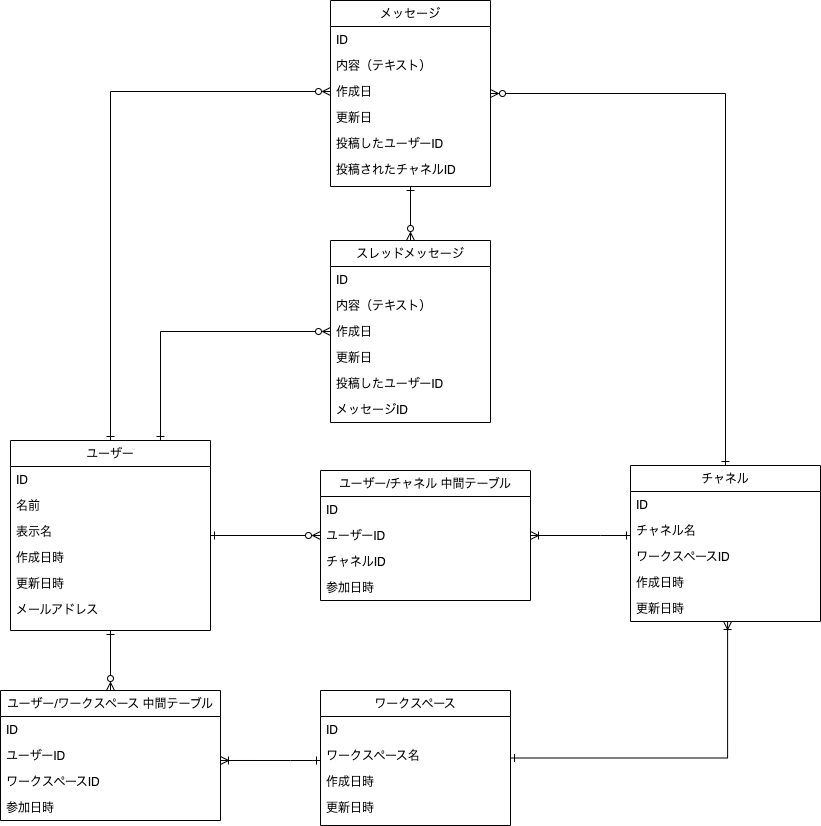
Before: db/db-modeling-2/DB2 Diagram.drawio.png, a diagram exported from draw.io (yuikoito/PrAhaChallenge). Source tidied: cells renumbered, new cells last; positions are measured from the earlier drawing's top-left corner, leaving out a move shared by most shapes. Its diagram source:
```xml
<mxGraphModel>
  <root>
    <mxCell id="0" />
    <mxCell id="1" parent="0" />
    <mxCell id="2" style="edgeStyle=orthogonalEdgeStyle;rounded=0;jettySize=auto;html=1;entryX=0;entryY=0.5;entryDx=0;entryDy=0;startArrow=ERone;startFill=0;endArrow=ERzeroToMany;endFill=0;" parent="1" edge="1" source="6" target="38">
      <mxGeometry relative="1" as="geometry" />
    </mxCell>
    <mxCell id="3" style="edgeStyle=orthogonalEdgeStyle;rounded=0;jettySize=auto;html=1;entryX=0.5;entryY=0;entryDx=0;entryDy=0;startArrow=ERone;startFill=0;endArrow=ERzeroToMany;endFill=0;" parent="1" edge="1" source="6" target="48">
      <mxGeometry relative="1" as="geometry" />
    </mxCell>
    <mxCell id="4" style="edgeStyle=orthogonalEdgeStyle;rounded=0;jettySize=auto;html=1;entryX=0;entryY=0.5;entryDx=0;entryDy=0;startArrow=ERone;startFill=0;endArrow=ERzeroToMany;endFill=0;" parent="1" edge="1" source="6" target="18">
      <mxGeometry relative="1" as="geometry" />
    </mxCell>
    <mxCell id="5" style="edgeStyle=orthogonalEdgeStyle;rounded=0;jettySize=auto;html=1;exitX=0.75;exitY=0;exitDx=0;exitDy=0;entryX=0;entryY=0.5;entryDx=0;entryDy=0;startArrow=ERone;startFill=0;endArrow=ERzeroToMany;endFill=0;" parent="1" edge="1" source="6" target="25">
      <mxGeometry relative="1" as="geometry" />
    </mxCell>
    <mxCell id="6" value="ユーザー" style="swimlane;fontStyle=0;align=center;verticalAlign=top;horizontal=1;startSize=26;rounded=0;shadow=0;strokeWidth=1;" parent="1" vertex="1">
      <mxGeometry x="10" y="440" width="200" height="190" as="geometry" />
    </mxCell>
    <mxCell id="7" value="ID" style="text;align=left;verticalAlign=top;spacingLeft=4;spacingRight=4;overflow=hidden;" parent="6" vertex="1">
      <mxGeometry y="26" width="200" height="26" as="geometry" />
    </mxCell>
    <mxCell id="8" value="名前" style="text;align=left;verticalAlign=top;spacingLeft=4;spacingRight=4;overflow=hidden;rounded=0;shadow=0;html=0;" parent="6" vertex="1">
      <mxGeometry y="52" width="200" height="26" as="geometry" />
    </mxCell>
    <mxCell id="9" value="表示名" style="text;align=left;verticalAlign=top;spacingLeft=4;spacingRight=4;overflow=hidden;rounded=0;shadow=0;html=0;" parent="6" vertex="1">
      <mxGeometry y="78" width="200" height="26" as="geometry" />
    </mxCell>
    <mxCell id="10" value="作成日時&#10;" style="text;align=left;verticalAlign=top;spacingLeft=4;spacingRight=4;overflow=hidden;" parent="6" vertex="1">
      <mxGeometry y="104" width="200" height="26" as="geometry" />
    </mxCell>
    <mxCell id="11" value="更新日時&#10;" style="text;align=left;verticalAlign=top;spacingLeft=4;spacingRight=4;overflow=hidden;" parent="6" vertex="1">
      <mxGeometry y="130" width="200" height="26" as="geometry" />
    </mxCell>
    <mxCell id="12" value="メールアドレス" style="text;align=left;verticalAlign=top;spacingLeft=4;spacingRight=4;overflow=hidden;" parent="6" vertex="1">
      <mxGeometry y="156" width="200" height="26" as="geometry" />
    </mxCell>
    <mxCell id="13" style="edgeStyle=orthogonalEdgeStyle;rounded=0;jettySize=auto;html=1;entryX=0.5;entryY=0;entryDx=0;entryDy=0;startArrow=ERone;startFill=0;endArrow=ERzeroToMany;endFill=0;" parent="1" edge="1" source="15" target="22">
      <mxGeometry relative="1" as="geometry" />
    </mxCell>
    <mxCell id="14" style="edgeStyle=orthogonalEdgeStyle;rounded=0;jettySize=auto;html=1;startArrow=ERzeroToMany;startFill=0;endArrow=ERone;endFill=0;" parent="1" edge="1" source="15" target="30">
      <mxGeometry relative="1" as="geometry" />
    </mxCell>
    <mxCell id="15" value="メッセージ" style="swimlane;fontStyle=0;align=center;verticalAlign=top;horizontal=1;startSize=26;rounded=0;shadow=0;strokeWidth=1;" parent="1" vertex="1">
      <mxGeometry x="330" width="160" height="186" as="geometry" />
    </mxCell>
    <mxCell id="16" value="ID" style="text;align=left;verticalAlign=top;spacingLeft=4;spacingRight=4;overflow=hidden;" parent="15" vertex="1">
      <mxGeometry y="26" width="160" height="26" as="geometry" />
    </mxCell>
    <mxCell id="17" value="内容（テキスト）" style="text;align=left;verticalAlign=top;spacingLeft=4;spacingRight=4;overflow=hidden;" parent="15" vertex="1">
      <mxGeometry y="52" width="160" height="26" as="geometry" />
    </mxCell>
    <mxCell id="18" value="作成日" style="text;align=left;verticalAlign=top;spacingLeft=4;spacingRight=4;overflow=hidden;points=[[0,0.5],[1,0.5]];portConstraint=eastwest;rounded=0;shadow=0;html=0;" parent="15" vertex="1">
      <mxGeometry y="78" width="160" height="26" as="geometry" />
    </mxCell>
    <mxCell id="19" value="更新日&#10;" style="text;align=left;verticalAlign=top;spacingLeft=4;spacingRight=4;overflow=hidden;rounded=0;shadow=0;html=0;" parent="15" vertex="1">
      <mxGeometry y="104" width="160" height="26" as="geometry" />
    </mxCell>
    <mxCell id="20" value="投稿したユーザーID" style="text;align=left;verticalAlign=top;spacingLeft=4;spacingRight=4;overflow=hidden;" parent="15" vertex="1">
      <mxGeometry y="130" width="160" height="26" as="geometry" />
    </mxCell>
    <mxCell id="21" value="投稿されたチャネルID" style="text;align=left;verticalAlign=top;spacingLeft=4;spacingRight=4;overflow=hidden;" parent="15" vertex="1">
      <mxGeometry y="156" width="160" height="30" as="geometry" />
    </mxCell>
    <mxCell id="22" value="スレッドメッセージ" style="swimlane;fontStyle=0;align=center;verticalAlign=top;horizontal=1;startSize=26;rounded=0;shadow=0;strokeWidth=1;" parent="1" vertex="1">
      <mxGeometry x="330" y="240" width="160" height="182" as="geometry" />
    </mxCell>
    <mxCell id="23" value="ID" style="text;align=left;verticalAlign=top;spacingLeft=4;spacingRight=4;overflow=hidden;" parent="22" vertex="1">
      <mxGeometry y="26" width="160" height="26" as="geometry" />
    </mxCell>
    <mxCell id="24" value="内容（テキスト）" style="text;align=left;verticalAlign=top;spacingLeft=4;spacingRight=4;overflow=hidden;" parent="22" vertex="1">
      <mxGeometry y="52" width="160" height="26" as="geometry" />
    </mxCell>
    <mxCell id="25" value="作成日" style="text;align=left;verticalAlign=top;spacingLeft=4;spacingRight=4;overflow=hidden;points=[[0,0.5],[1,0.5]];portConstraint=eastwest;rounded=0;shadow=0;html=0;" parent="22" vertex="1">
      <mxGeometry y="78" width="160" height="26" as="geometry" />
    </mxCell>
    <mxCell id="26" value="更新日&#10;" style="text;align=left;verticalAlign=top;spacingLeft=4;spacingRight=4;overflow=hidden;rounded=0;shadow=0;html=0;" parent="22" vertex="1">
      <mxGeometry y="104" width="160" height="26" as="geometry" />
    </mxCell>
    <mxCell id="27" value="投稿したユーザーID" style="text;align=left;verticalAlign=top;spacingLeft=4;spacingRight=4;overflow=hidden;" parent="22" vertex="1">
      <mxGeometry y="130" width="160" height="26" as="geometry" />
    </mxCell>
    <mxCell id="28" value="メッセージID" style="text;align=left;verticalAlign=top;spacingLeft=4;spacingRight=4;overflow=hidden;" parent="22" vertex="1">
      <mxGeometry y="156" width="160" height="26" as="geometry" />
    </mxCell>
    <mxCell id="29" style="edgeStyle=orthogonalEdgeStyle;rounded=0;jettySize=auto;html=1;entryX=1;entryY=0.5;entryDx=0;entryDy=0;startArrow=ERone;startFill=0;endArrow=ERoneToMany;endFill=0;" parent="1" edge="1" source="30" target="38">
      <mxGeometry relative="1" as="geometry">
        <Array as="points">
          <mxPoint x="600" y="535" />
          <mxPoint x="600" y="535" />
        </Array>
      </mxGeometry>
    </mxCell>
    <mxCell id="30" value="チャネル" style="swimlane;fontStyle=0;align=center;verticalAlign=top;horizontal=1;startSize=26;rounded=0;shadow=0;strokeWidth=1;" parent="1" vertex="1">
      <mxGeometry x="630" y="465" width="190" height="156" as="geometry" />
    </mxCell>
    <mxCell id="31" value="ID" style="text;align=left;verticalAlign=top;spacingLeft=4;spacingRight=4;overflow=hidden;" parent="30" vertex="1">
      <mxGeometry y="26" width="190" height="26" as="geometry" />
    </mxCell>
    <mxCell id="32" value="チャネル名" style="text;align=left;verticalAlign=top;spacingLeft=4;spacingRight=4;overflow=hidden;rounded=0;shadow=0;html=0;" parent="30" vertex="1">
      <mxGeometry y="52" width="190" height="26" as="geometry" />
    </mxCell>
    <mxCell id="33" value="ワークスペースID" style="text;align=left;verticalAlign=top;spacingLeft=4;spacingRight=4;overflow=hidden;rounded=0;shadow=0;html=0;" parent="30" vertex="1">
      <mxGeometry y="78" width="190" height="26" as="geometry" />
    </mxCell>
    <mxCell id="34" value="作成日時&#10;" style="text;align=left;verticalAlign=top;spacingLeft=4;spacingRight=4;overflow=hidden;" parent="30" vertex="1">
      <mxGeometry y="104" width="190" height="26" as="geometry" />
    </mxCell>
    <mxCell id="35" value="更新日時&#10;" style="text;align=left;verticalAlign=top;spacingLeft=4;spacingRight=4;overflow=hidden;points=[[0,0.5],[1,0.5]];portConstraint=eastwest;" parent="30" vertex="1">
      <mxGeometry y="130" width="190" height="26" as="geometry" />
    </mxCell>
    <mxCell id="36" value="ユーザー/チャネル 中間テーブル" style="swimlane;fontStyle=0;align=center;verticalAlign=top;horizontal=1;startSize=26;rounded=0;shadow=0;strokeWidth=1;" parent="1" vertex="1">
      <mxGeometry x="320" y="470" width="210" height="130" as="geometry" />
    </mxCell>
    <mxCell id="37" value="ID" style="text;align=left;verticalAlign=top;spacingLeft=4;spacingRight=4;overflow=hidden;" parent="36" vertex="1">
      <mxGeometry y="26" width="210" height="26" as="geometry" />
    </mxCell>
    <mxCell id="38" value="ユーザーID" style="text;align=left;verticalAlign=top;spacingLeft=4;spacingRight=4;overflow=hidden;points=[[0,0.5],[1,0.5]];portConstraint=eastwest;rounded=0;shadow=0;html=0;" parent="36" vertex="1">
      <mxGeometry y="52" width="210" height="26" as="geometry" />
    </mxCell>
    <mxCell id="39" value="チャネルID" style="text;align=left;verticalAlign=top;spacingLeft=4;spacingRight=4;overflow=hidden;rounded=0;shadow=0;html=0;" parent="36" vertex="1">
      <mxGeometry y="78" width="210" height="26" as="geometry" />
    </mxCell>
    <mxCell id="40" value="参加日時" style="text;align=left;verticalAlign=top;spacingLeft=4;spacingRight=4;overflow=hidden;" parent="36" vertex="1">
      <mxGeometry y="104" width="210" height="26" as="geometry" />
    </mxCell>
    <mxCell id="41" style="edgeStyle=orthogonalEdgeStyle;rounded=0;jettySize=auto;html=1;entryX=1;entryY=-0.308;entryDx=0;entryDy=0;entryPerimeter=0;startArrow=ERone;startFill=0;endArrow=ERoneToMany;endFill=0;" parent="1" edge="1" source="43" target="51">
      <mxGeometry relative="1" as="geometry">
        <Array as="points">
          <mxPoint x="290" y="760" />
          <mxPoint x="290" y="760" />
        </Array>
      </mxGeometry>
    </mxCell>
    <mxCell id="42" style="edgeStyle=orthogonalEdgeStyle;rounded=0;jettySize=auto;html=1;entryX=0.511;entryY=1;entryDx=0;entryDy=0;entryPerimeter=0;startArrow=ERone;startFill=0;endArrow=ERoneToMany;endFill=0;" parent="1" edge="1" source="43" target="35">
      <mxGeometry relative="1" as="geometry">
        <Array as="points">
          <mxPoint x="727" y="758" />
        </Array>
      </mxGeometry>
    </mxCell>
    <mxCell id="43" value="ワークスペース" style="swimlane;fontStyle=0;align=center;verticalAlign=top;horizontal=1;startSize=26;rounded=0;shadow=0;strokeWidth=1;" parent="1" vertex="1">
      <mxGeometry x="320" y="690" width="190" height="135" as="geometry" />
    </mxCell>
    <mxCell id="44" value="ID" style="text;align=left;verticalAlign=top;spacingLeft=4;spacingRight=4;overflow=hidden;" parent="43" vertex="1">
      <mxGeometry y="26" width="190" height="26" as="geometry" />
    </mxCell>
    <mxCell id="45" value="ワークスペース名" style="text;align=left;verticalAlign=top;spacingLeft=4;spacingRight=4;overflow=hidden;rounded=0;shadow=0;html=0;" parent="43" vertex="1">
      <mxGeometry y="52" width="190" height="26" as="geometry" />
    </mxCell>
    <mxCell id="46" value="作成日時&#10;" style="text;align=left;verticalAlign=top;spacingLeft=4;spacingRight=4;overflow=hidden;" parent="43" vertex="1">
      <mxGeometry y="78" width="190" height="26" as="geometry" />
    </mxCell>
    <mxCell id="47" value="更新日時&#10;" style="text;align=left;verticalAlign=top;spacingLeft=4;spacingRight=4;overflow=hidden;" parent="43" vertex="1">
      <mxGeometry y="104" width="190" height="26" as="geometry" />
    </mxCell>
    <mxCell id="48" value="ユーザー/ワークスペース 中間テーブル" style="swimlane;fontStyle=0;align=center;verticalAlign=top;horizontal=1;startSize=26;rounded=0;shadow=0;strokeWidth=1;" parent="1" vertex="1">
      <mxGeometry y="690" width="220" height="130" as="geometry" />
    </mxCell>
    <mxCell id="49" value="ID" style="text;align=left;verticalAlign=top;spacingLeft=4;spacingRight=4;overflow=hidden;" parent="48" vertex="1">
      <mxGeometry y="26" width="220" height="26" as="geometry" />
    </mxCell>
    <mxCell id="50" value="ユーザーID" style="text;align=left;verticalAlign=top;spacingLeft=4;spacingRight=4;overflow=hidden;rounded=0;shadow=0;html=0;" parent="48" vertex="1">
      <mxGeometry y="52" width="220" height="26" as="geometry" />
    </mxCell>
    <mxCell id="51" value="ワークスペースID" style="text;align=left;verticalAlign=top;spacingLeft=4;spacingRight=4;overflow=hidden;points=[[0,0.5],[1,0.5]];portConstraint=eastwest;rounded=0;shadow=0;html=0;" parent="48" vertex="1">
      <mxGeometry y="78" width="220" height="26" as="geometry" />
    </mxCell>
    <mxCell id="52" value="参加日時" style="text;align=left;verticalAlign=top;spacingLeft=4;spacingRight=4;overflow=hidden;" parent="48" vertex="1">
      <mxGeometry y="104" width="220" height="26" as="geometry" />
    </mxCell>
  </root>
</mxGraphModel>
```
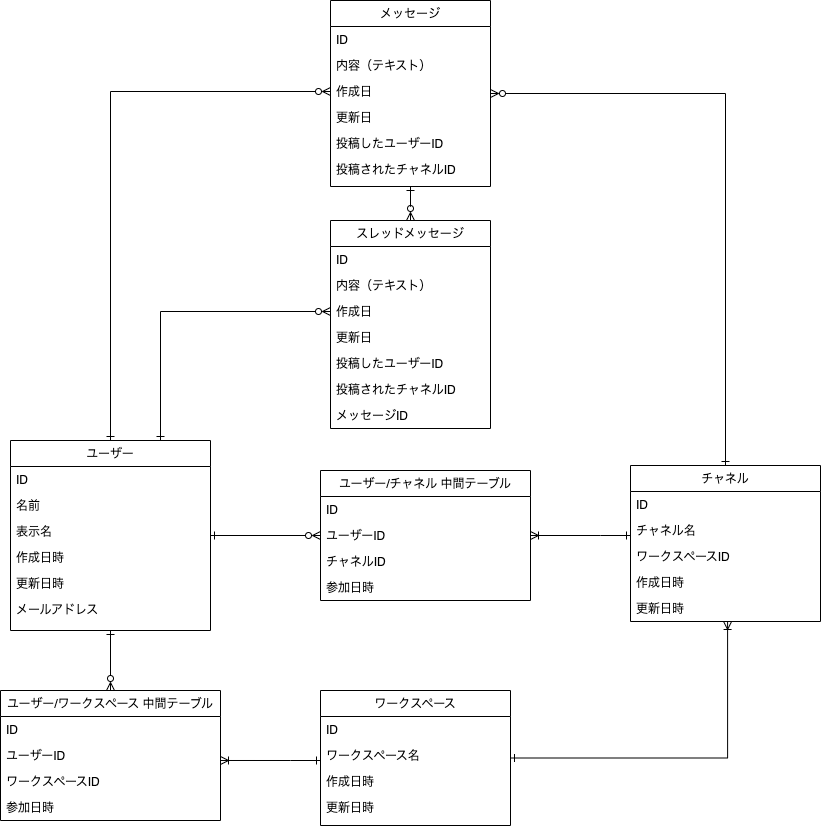
Above is the later version.

Diff of the diagram source:
```diff
@@ -63,7 +63,7 @@
       <mxGeometry y="156" width="160" height="30" as="geometry" />
     </mxCell>
     <mxCell id="22" value="スレッドメッセージ" style="swimlane;fontStyle=0;align=center;verticalAlign=top;horizontal=1;startSize=26;rounded=0;shadow=0;strokeWidth=1;" parent="1" vertex="1">
-      <mxGeometry x="330" y="240" width="160" height="182" as="geometry" />
+      <mxGeometry x="330" y="220" width="160" height="208" as="geometry" />
     </mxCell>
     <mxCell id="23" value="ID" style="text;align=left;verticalAlign=top;spacingLeft=4;spacingRight=4;overflow=hidden;" parent="22" vertex="1">
       <mxGeometry y="26" width="160" height="26" as="geometry" />
@@ -80,8 +80,11 @@
     <mxCell id="27" value="投稿したユーザーID" style="text;align=left;verticalAlign=top;spacingLeft=4;spacingRight=4;overflow=hidden;" parent="22" vertex="1">
       <mxGeometry y="130" width="160" height="26" as="geometry" />
     </mxCell>
+    <mxCell id="53" value="投稿されたチャネルID" style="text;align=left;verticalAlign=top;spacingLeft=4;spacingRight=4;overflow=hidden;" parent="22" vertex="1">
+      <mxGeometry y="156" width="160" height="26" as="geometry" />
+    </mxCell>
     <mxCell id="28" value="メッセージID" style="text;align=left;verticalAlign=top;spacingLeft=4;spacingRight=4;overflow=hidden;" parent="22" vertex="1">
-      <mxGeometry y="156" width="160" height="26" as="geometry" />
+      <mxGeometry y="182" width="160" height="26" as="geometry" />
     </mxCell>
     <mxCell id="29" style="edgeStyle=orthogonalEdgeStyle;rounded=0;jettySize=auto;html=1;entryX=1;entryY=0.5;entryDx=0;entryDy=0;startArrow=ERone;startFill=0;endArrow=ERoneToMany;endFill=0;" parent="1" edge="1" source="30" target="38">
       <mxGeometry relative="1" as="geometry">
```
